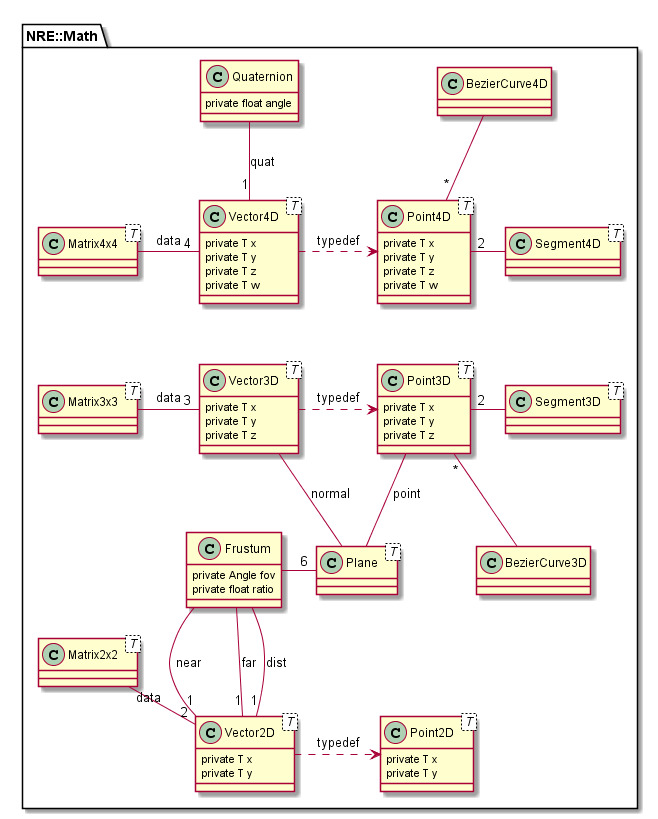
The PlantUML diagram uml/Math/NRE_Math.png in AbelDoc/NRE-Math, before a commit.
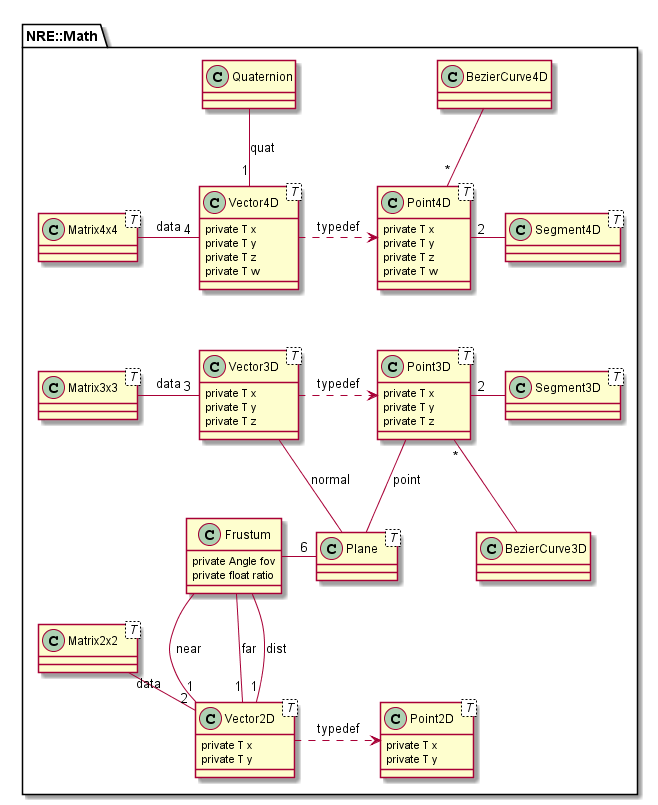
The same file after the commit.

Commit message:
Remove old quaternion angle

The edit, as a diff of the source:
```diff
@@ -30,9 +30,7 @@
             private T z
             private T w
         }
-        class Quaternion {
-            private float angle
-        }
+        class Quaternion
         class Plane < T >
         class Frustum {
             private Angle fov
```
